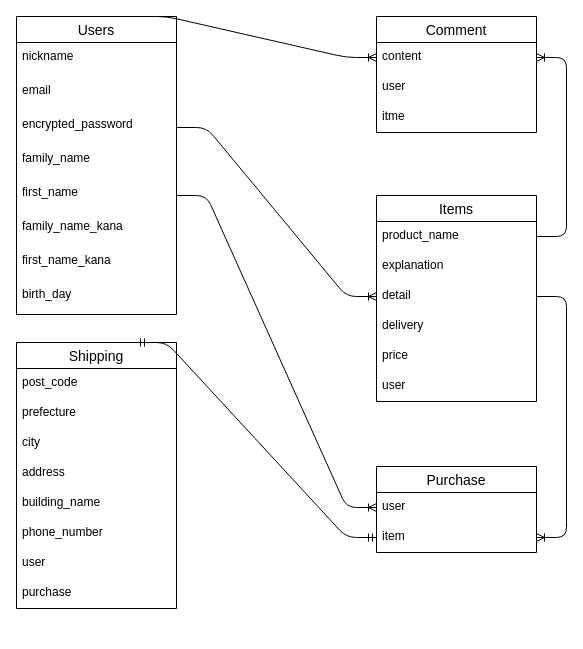
Earlier version of the draw.io diagram ER.dio (Takapirorin/furima-37208). Source tidied: cells renumbered, new cells numbered last; positions are measured from the earlier drawing's top-left corner, leaving out a move shared by most shapes. Both pictures are drawn from the tidied source at 100%, with x=0, y=0 at pixel (16, 16).
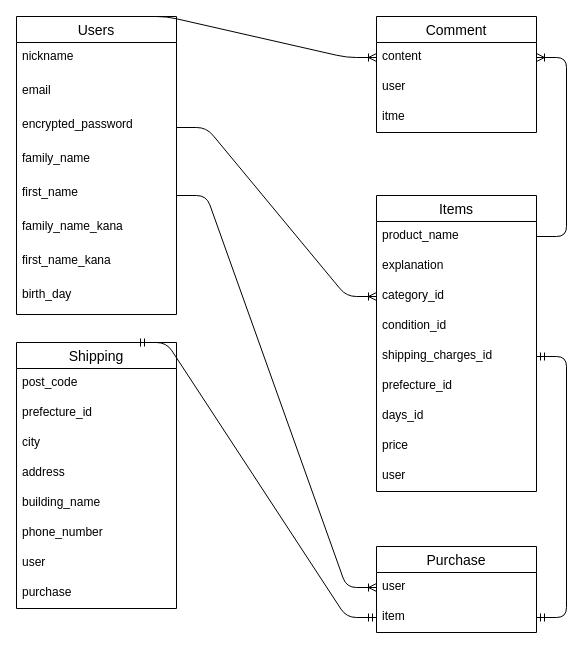
The same page after the edit.

Commit message (it also covers changes not shown here):
ER図・READMEの修正4

Unchanged cells that the change refers to:
```xml
<mxCell id="20" value="item" style="text;strokeColor=none;fillColor=none;spacingLeft=4;spacingRight=4;overflow=hidden;points=[[0,0.5],[1,0.5]];portConstraint=eastwest;fontSize=12;" parent="18" vertex="1">
  <mxGeometry y="56" width="160" height="30" as="geometry" />
</mxCell>
<mxCell id="21" value="Shipping" style="swimlane;fontStyle=0;horizontal=1;startSize=26;align=center;fontSize=14;" parent="1" vertex="1">
  <mxGeometry y="326" width="160" height="266" as="geometry" />
</mxCell>
```

Change to the diagram source:
```diff
@@
     <mxCell id="11" value="Items" style="swimlane;fontStyle=0;horizontal=1;startSize=26;align=center;fontSize=14;" parent="1" vertex="1">
-      <mxGeometry x="360" y="179" width="160" height="206" as="geometry" />
+      <mxGeometry x="360" y="179" width="160" height="296" as="geometry" />
     </mxCell>
@@
-    <mxCell id="14" value="detail" style="text;strokeColor=none;fillColor=none;spacingLeft=4;spacingRight=4;overflow=hidden;points=[[0,0.5],[1,0.5]];portConstraint=eastwest;fontSize=12;" parent="11" vertex="1">
+    <mxCell id="14" value="category_id" style="text;strokeColor=none;fillColor=none;spacingLeft=4;spacingRight=4;overflow=hidden;points=[[0,0.5],[1,0.5]];portConstraint=eastwest;fontSize=12;" parent="11" vertex="1">
       <mxGeometry y="86" width="160" height="30" as="geometry" />
     </mxCell>
-    <mxCell id="15" value="delivery" style="text;strokeColor=none;fillColor=none;spacingLeft=4;spacingRight=4;overflow=hidden;fontSize=12;" parent="11" vertex="1">
+    <mxCell id="15" value="condition_id" style="text;strokeColor=none;fillColor=none;spacingLeft=4;spacingRight=4;overflow=hidden;fontSize=12;" parent="11" vertex="1">
       <mxGeometry y="116" width="160" height="30" as="geometry" />
     </mxCell>
-    <mxCell id="16" value="price" style="text;strokeColor=none;fillColor=none;spacingLeft=4;spacingRight=4;overflow=hidden;points=[[0,0.5],[1,0.5]];portConstraint=eastwest;fontSize=12;" parent="11" vertex="1">
+    <mxCell id="16" value="shipping_charges_id" style="text;strokeColor=none;fillColor=none;spacingLeft=4;spacingRight=4;overflow=hidden;points=[[0,0.5],[1,0.5]];portConstraint=eastwest;fontSize=12;" parent="11" vertex="1">
       <mxGeometry y="146" width="160" height="30" as="geometry" />
     </mxCell>
-    <mxCell id="17" value="user" style="text;strokeColor=none;fillColor=none;spacingLeft=4;spacingRight=4;overflow=hidden;fontSize=12;" parent="11" vertex="1">
+    <mxCell id="17" value="prefecture_id" style="text;strokeColor=none;fillColor=none;spacingLeft=4;spacingRight=4;overflow=hidden;fontSize=12;" parent="11" vertex="1">
       <mxGeometry y="176" width="160" height="30" as="geometry" />
     </mxCell>
+    <mxCell id="40" value="days_id" style="text;strokeColor=none;fillColor=none;spacingLeft=4;spacingRight=4;overflow=hidden;fontSize=12;" parent="11" vertex="1">
+      <mxGeometry y="206" width="160" height="30" as="geometry" />
+    </mxCell>
+    <mxCell id="41" value="price" style="text;strokeColor=none;fillColor=none;spacingLeft=4;spacingRight=4;overflow=hidden;fontSize=12;" parent="11" vertex="1">
+      <mxGeometry y="236" width="160" height="30" as="geometry" />
+    </mxCell>
+    <mxCell id="42" value="user" style="text;strokeColor=none;fillColor=none;spacingLeft=4;spacingRight=4;overflow=hidden;fontSize=12;" parent="11" vertex="1">
+      <mxGeometry y="266" width="160" height="30" as="geometry" />
+    </mxCell>
     <mxCell id="18" value="Purchase" style="swimlane;fontStyle=0;horizontal=1;startSize=26;align=center;fontSize=14;" parent="1" vertex="1">
-      <mxGeometry x="360" y="450" width="160" height="86" as="geometry" />
+      <mxGeometry x="360" y="530" width="160" height="86" as="geometry" />
     </mxCell>
@@
-    <mxCell id="23" value="prefecture" style="text;strokeColor=none;fillColor=none;spacingLeft=4;spacingRight=4;overflow=hidden;fontSize=12;" parent="21" vertex="1">
+    <mxCell id="23" value="prefecture_id" style="text;strokeColor=none;fillColor=none;spacingLeft=4;spacingRight=4;overflow=hidden;fontSize=12;" parent="21" vertex="1">
       <mxGeometry y="56" width="160" height="30" as="geometry" />
     </mxCell>
@@
-    <mxCell id="38" style="edgeStyle=entityRelationEdgeStyle;fontSize=12;html=1;endArrow=ERoneToMany;exitX=1;exitY=0.5;exitDx=0;exitDy=0;entryX=1;entryY=0.5;entryDx=0;entryDy=0;" parent="1" edge="1" source="14" target="20">
-      <mxGeometry relative="1" as="geometry" />
-    </mxCell>
@@
+    <mxCell id="43" style="edgeStyle=entityRelationEdgeStyle;fontSize=12;html=1;endArrow=ERmandOne;startArrow=ERmandOne;exitX=1;exitY=0.5;exitDx=0;exitDy=0;entryX=1;entryY=0.5;entryDx=0;entryDy=0;" parent="1" edge="1" source="16" target="20">
+      <mxGeometry relative="1" as="geometry" />
+    </mxCell>
```
